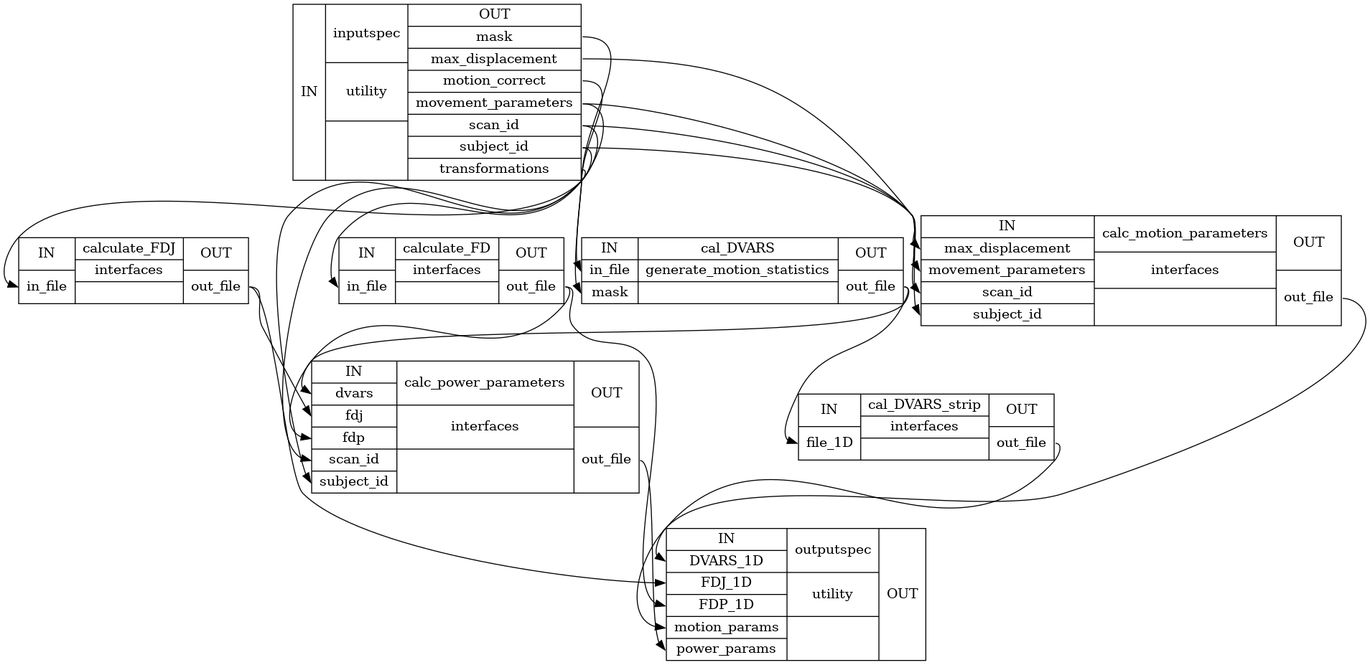
The Graphviz diagram docs/nightly/developer/workflows/images/generated/motion_statistics_detailed.png in FCP-INDI/fcp-indi.github.io, before a commit. Its source is kept beside it as docs/nightly/developer/workflows/images/generated/motion_statistics_detailed.dot.
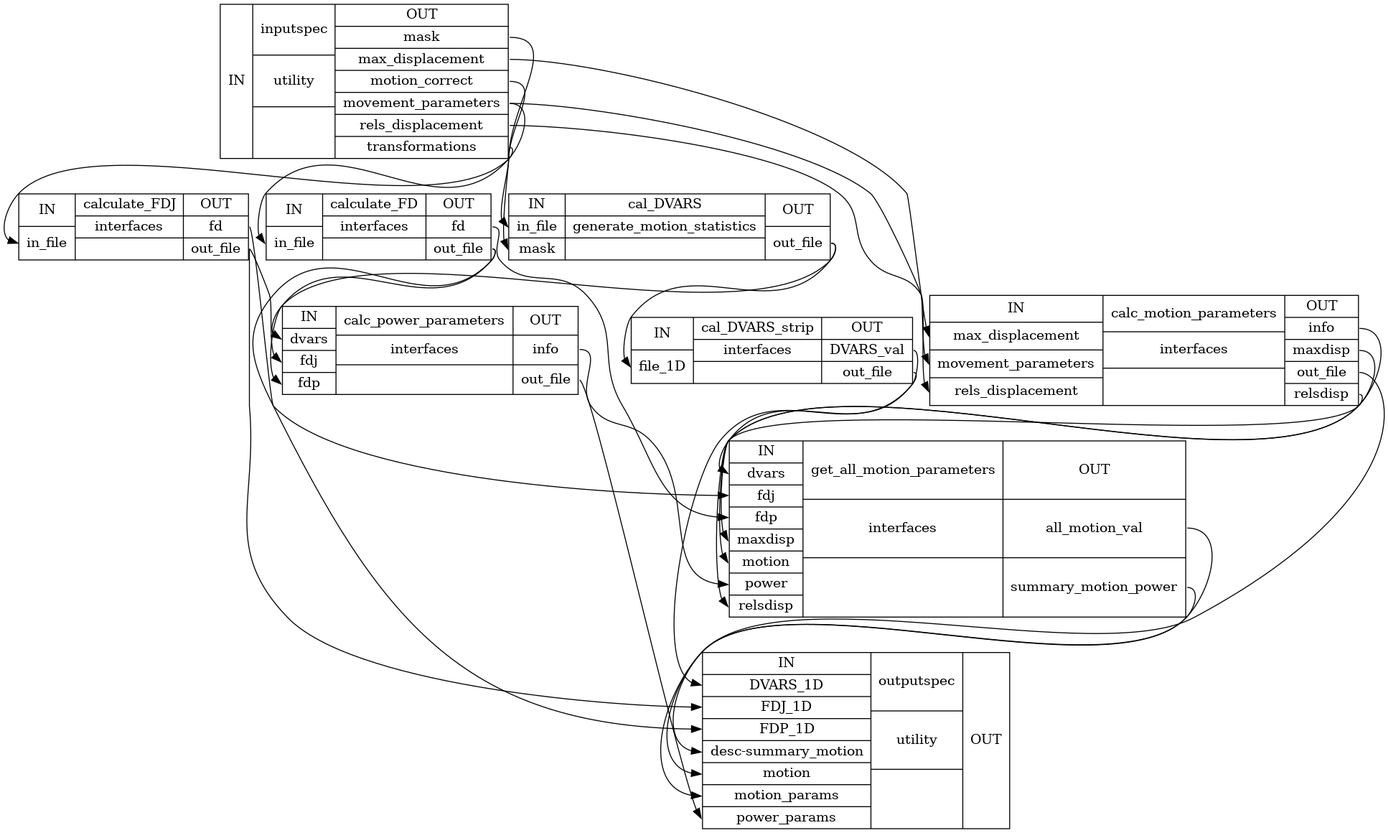
Above is the later version.

The edit, as a diff of the source:
```diff
@@ -1,30 +1,37 @@
 digraph structs {
 node [shape=record];
-"motion_statsinputspec" [label="{IN}|{ inputspec | utility |  }|{OUT|<outmask> mask|<outmaxdisplacement> max_displacement|<outmotioncorrect> motion_correct|<outmovementparameters> movement_parameters|<outscanid> scan_id|<outsubjectid> subject_id|<outtransformations> transformations}"];
+"motion_statsinputspec" [label="{IN}|{ inputspec | utility |  }|{OUT|<outmask> mask|<outmaxdisplacement> max_displacement|<outmotioncorrect> motion_correct|<outmovementparameters> movement_parameters|<outrelsdisplacement> rels_displacement|<outtransformations> transformations}"];
 "motion_statscal_DVARS" [label="{IN|<ininfile> in_file|<inmask> mask}|{ cal_DVARS | generate_motion_statistics |  }|{OUT|<outoutfile> out_file}"];
-"motion_statscalculate_FD" [label="{IN|<ininfile> in_file}|{ calculate_FD | interfaces |  }|{OUT|<outoutfile> out_file}"];
-"motion_statscalculate_FDJ" [label="{IN|<ininfile> in_file}|{ calculate_FDJ | interfaces |  }|{OUT|<outoutfile> out_file}"];
-"motion_statscalc_motion_parameters" [label="{IN|<inmaxdisplacement> max_displacement|<inmovementparameters> movement_parameters|<inscanid> scan_id|<insubjectid> subject_id}|{ calc_motion_parameters | interfaces |  }|{OUT|<outoutfile> out_file}"];
-"motion_statscal_DVARS_strip" [label="{IN|<infile1D> file_1D}|{ cal_DVARS_strip | interfaces |  }|{OUT|<outoutfile> out_file}"];
-"motion_statscalc_power_parameters" [label="{IN|<indvars> dvars|<infdj> fdj|<infdp> fdp|<inscanid> scan_id|<insubjectid> subject_id}|{ calc_power_parameters | interfaces |  }|{OUT|<outoutfile> out_file}"];
-"motion_statsoutputspec" [label="{IN|<inDVARS1D> DVARS_1D|<inFDJ1D> FDJ_1D|<inFDP1D> FDP_1D|<inmotionparams> motion_params|<inpowerparams> power_params}|{ outputspec | utility |  }|{OUT}"];
+"motion_statscalculate_FD" [label="{IN|<ininfile> in_file}|{ calculate_FD | interfaces |  }|{OUT|<outfd> fd|<outoutfile> out_file}"];
+"motion_statscalculate_FDJ" [label="{IN|<ininfile> in_file}|{ calculate_FDJ | interfaces |  }|{OUT|<outfd> fd|<outoutfile> out_file}"];
+"motion_statscalc_motion_parameters" [label="{IN|<inmaxdisplacement> max_displacement|<inmovementparameters> movement_parameters|<inrelsdisplacement> rels_displacement}|{ calc_motion_parameters | interfaces |  }|{OUT|<outinfo> info|<outmaxdisp> maxdisp|<outoutfile> out_file|<outrelsdisp> relsdisp}"];
+"motion_statscal_DVARS_strip" [label="{IN|<infile1D> file_1D}|{ cal_DVARS_strip | interfaces |  }|{OUT|<outDVARSval> DVARS_val|<outoutfile> out_file}"];
+"motion_statscalc_power_parameters" [label="{IN|<indvars> dvars|<infdj> fdj|<infdp> fdp}|{ calc_power_parameters | interfaces |  }|{OUT|<outinfo> info|<outoutfile> out_file}"];
+"motion_statsget_all_motion_parameters" [label="{IN|<indvars> dvars|<infdj> fdj|<infdp> fdp|<inmaxdisp> maxdisp|<inmotion> motion|<inpower> power|<inrelsdisp> relsdisp}|{ get_all_motion_parameters | interfaces |  }|{OUT|<outallmotionval> all_motion_val|<outsummarymotionpower> summary_motion_power}"];
+"motion_statsoutputspec" [label="{IN|<inDVARS1D> DVARS_1D|<inFDJ1D> FDJ_1D|<inFDP1D> FDP_1D|<indescsummarymotion> desc-summary_motion|<inmotion> motion|<inmotionparams> motion_params|<inpowerparams> power_params}|{ outputspec | utility |  }|{OUT}"];
 "motion_statscal_DVARS":"outoutfile":e -> "motion_statscal_DVARS_strip":"infile1D":w;
 "motion_statscal_DVARS":"outoutfile":e -> "motion_statscalc_power_parameters":"indvars":w;
+"motion_statscal_DVARS_strip":"outDVARSval":e -> "motion_statsget_all_motion_parameters":"indvars":w;
 "motion_statscal_DVARS_strip":"outoutfile":e -> "motion_statsoutputspec":"inDVARS1D":w;
+"motion_statscalc_motion_parameters":"outinfo":e -> "motion_statsget_all_motion_parameters":"inmotion":w;
+"motion_statscalc_motion_parameters":"outmaxdisp":e -> "motion_statsget_all_motion_parameters":"inmaxdisp":w;
 "motion_statscalc_motion_parameters":"outoutfile":e -> "motion_statsoutputspec":"inmotionparams":w;
+"motion_statscalc_motion_parameters":"outrelsdisp":e -> "motion_statsget_all_motion_parameters":"inrelsdisp":w;
+"motion_statscalc_power_parameters":"outinfo":e -> "motion_statsget_all_motion_parameters":"inpower":w;
 "motion_statscalc_power_parameters":"outoutfile":e -> "motion_statsoutputspec":"inpowerparams":w;
+"motion_statscalculate_FD":"outfd":e -> "motion_statsget_all_motion_parameters":"infdp":w;
 "motion_statscalculate_FD":"outoutfile":e -> "motion_statscalc_power_parameters":"infdp":w;
 "motion_statscalculate_FD":"outoutfile":e -> "motion_statsoutputspec":"inFDP1D":w;
+"motion_statscalculate_FDJ":"outfd":e -> "motion_statsget_all_motion_parameters":"infdj":w;
 "motion_statscalculate_FDJ":"outoutfile":e -> "motion_statscalc_power_parameters":"infdj":w;
 "motion_statscalculate_FDJ":"outoutfile":e -> "motion_statsoutputspec":"inFDJ1D":w;
+"motion_statsget_all_motion_parameters":"outallmotionval":e -> "motion_statsoutputspec":"inmotion":w;
+"motion_statsget_all_motion_parameters":"outsummarymotionpower":e -> "motion_statsoutputspec":"indescsummarymotion":w;
 "motion_statsinputspec":"outmask":e -> "motion_statscal_DVARS":"inmask":w;
 "motion_statsinputspec":"outmaxdisplacement":e -> "motion_statscalc_motion_parameters":"inmaxdisplacement":w;
 "motion_statsinputspec":"outmotioncorrect":e -> "motion_statscal_DVARS":"ininfile":w;
 "motion_statsinputspec":"outmovementparameters":e -> "motion_statscalc_motion_parameters":"inmovementparameters":w;
 "motion_statsinputspec":"outmovementparameters":e -> "motion_statscalculate_FD":"ininfile":w;
-"motion_statsinputspec":"outscanid":e -> "motion_statscalc_motion_parameters":"inscanid":w;
-"motion_statsinputspec":"outscanid":e -> "motion_statscalc_power_parameters":"inscanid":w;
-"motion_statsinputspec":"outsubjectid":e -> "motion_statscalc_motion_parameters":"insubjectid":w;
-"motion_statsinputspec":"outsubjectid":e -> "motion_statscalc_power_parameters":"insubjectid":w;
+"motion_statsinputspec":"outrelsdisplacement":e -> "motion_statscalc_motion_parameters":"inrelsdisplacement":w;
 "motion_statsinputspec":"outtransformations":e -> "motion_statscalculate_FDJ":"ininfile":w;
 }
```
